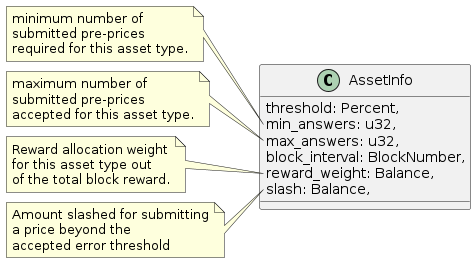
Before: frame/oracle/design/images/images/asset-info.png, a diagram exported from PlantUML (ComposableFi/composable).
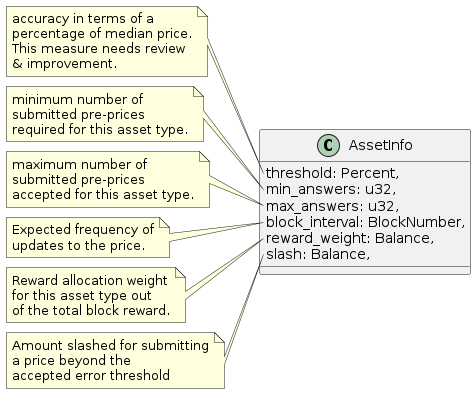
The same diagram one commit later.

Diff of the diagram source:
```diff
@@ -7,6 +7,13 @@
     reward_weight: Balance,
     slash: Balance,
 }
+
+note left of AssetInfo::threshold
+accuracy in terms of a
+percentage of median price.
+This measure needs review
+& improvement.
+end note
 
 note left of AssetInfo::min_answers
 minimum number of
@@ -18,6 +25,11 @@
 maximum number of
 submitted pre-prices
 accepted for this asset type.
+end note
+
+note left of AssetInfo::block_interval
+Expected frequency of
+updates to the price.
 end note
 
 note left of AssetInfo::reward_weight
```
